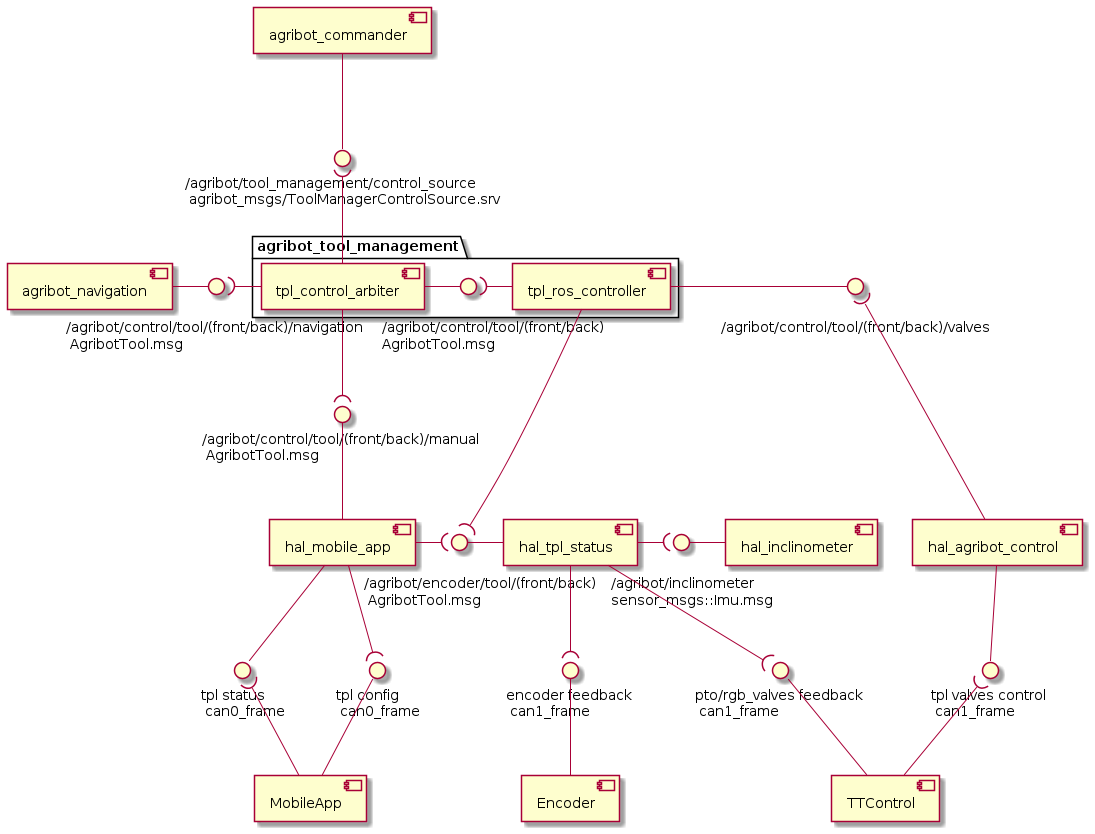
agribot-2-0/agribot_tools_management keeps this PlantUML diagram as doc/tpl_component/tpl_control_component.png. Above is the earlier version.
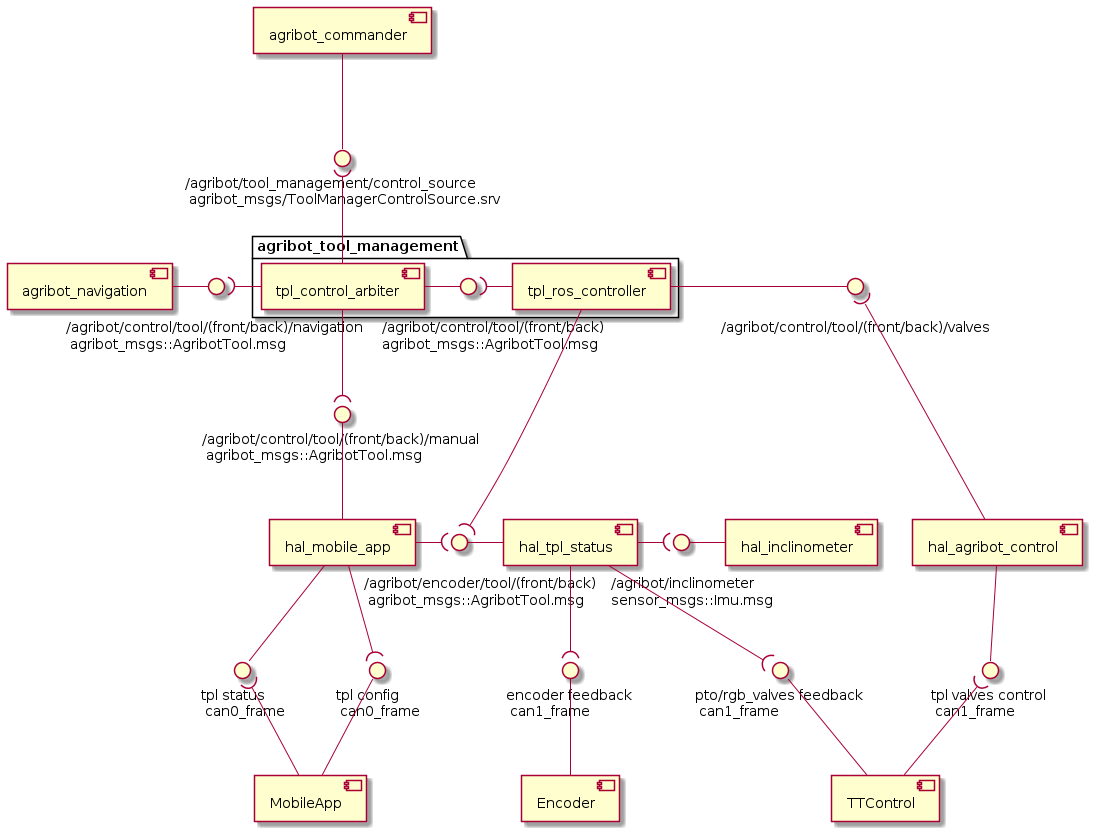
The same file after the commit.

Diff of the diagram source:
```diff
@@ -1,7 +1,7 @@
 @startuml
 
-() "/agribot/control/tool/(front/back)/manual \n AgribotTool.msg" as manual_control_tool_msg
-() "\n/agribot/control/tool/(front/back)/navigation \n AgribotTool.msg" as navi_control_tool_msg
+() "/agribot/control/tool/(front/back)/manual \n agribot_msgs::AgribotTool.msg" as manual_control_tool_msg
+() "\n/agribot/control/tool/(front/back)/navigation \n agribot_msgs::AgribotTool.msg" as navi_control_tool_msg
 () "/agribot/tool_management/control_source \n agribot_msgs/ToolManagerControlSource.srv" as control_source_srv
 () "tpl status \n can0_frame" as tpl_status_can0
 () "tpl config \n can0_frame" as tpl_config_can0
@@ -9,14 +9,14 @@
 () "pto/rgb_valves feedback \n can1_frame" as tpl_valves_feedback_can1
 () "tpl valves control \n can1_frame" as tpl_control_can1
 () "\n     /agribot/inclinometer\n     sensor_msgs::Imu.msg" as hal_inclinometer_msg
-() "\n           /agribot/encoder/tool/(front/back) \n            AgribotTool.msg" as tool_tpl_status_msg
+() "\n           /agribot/encoder/tool/(front/back) \n            agribot_msgs::AgribotTool.msg" as tool_tpl_status_msg
 () "\n/agribot/control/tool/(front/back)/valves" as control_valves_msg
 
 [hal_tpl_status]
 tool_tpl_status_msg - [hal_tpl_status]
 
 package agribot_tool_management {
-  () "\n             /agribot/control/tool/(front/back) \n             AgribotTool.msg" as control_tool_msg
+  () "\n             /agribot/control/tool/(front/back) \n             agribot_msgs::AgribotTool.msg" as control_tool_msg
 
   [tpl_control_arbiter]
   [tpl_ros_controller]
```
